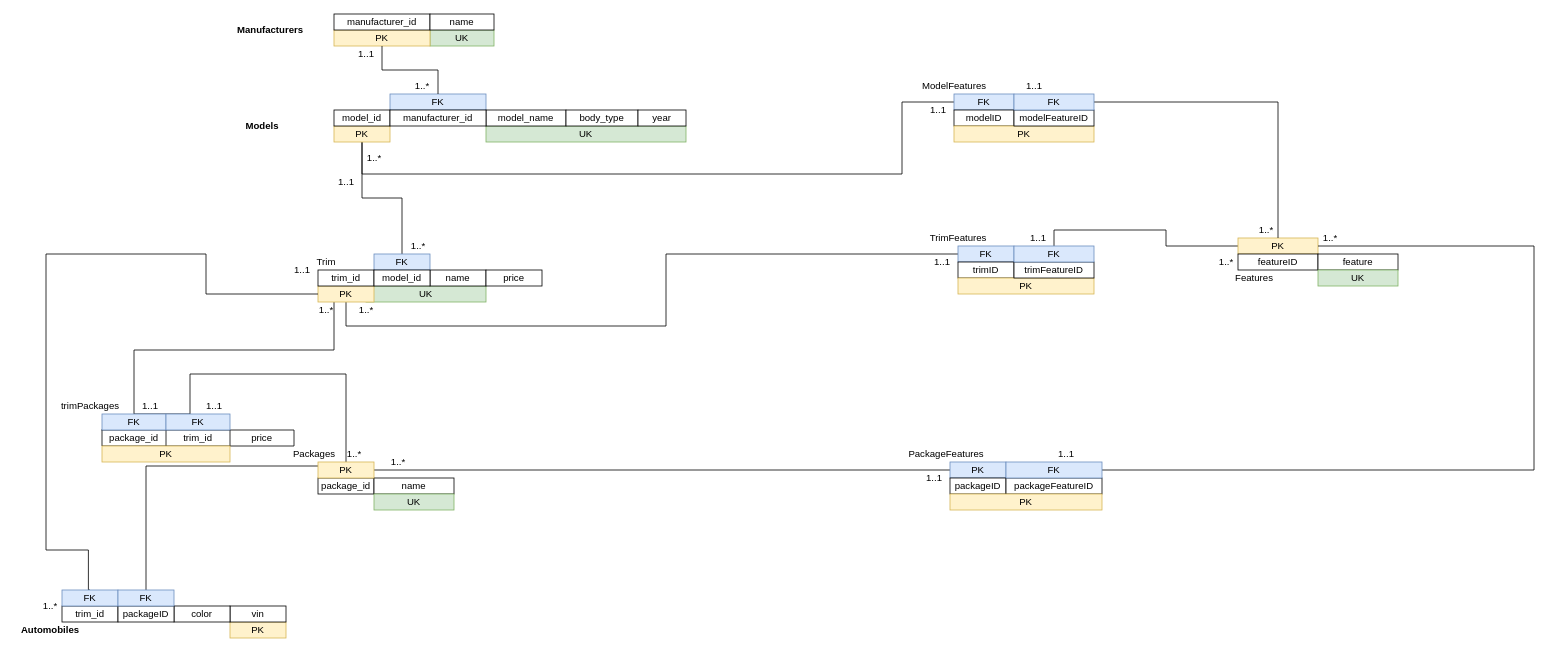
Above: page "Scheme" (2 of 2) of Project 2.drawio in AnthraciteData/CECS-323- (draw.io), before the change. Source tidied: cells renumbered, new cells numbered last; positions are measured from the earlier drawing's top-left corner, leaving out a move shared by most shapes. Both pictures are drawn from the tidied source at 80%, with x=0, y=0 at pixel (14, 14).
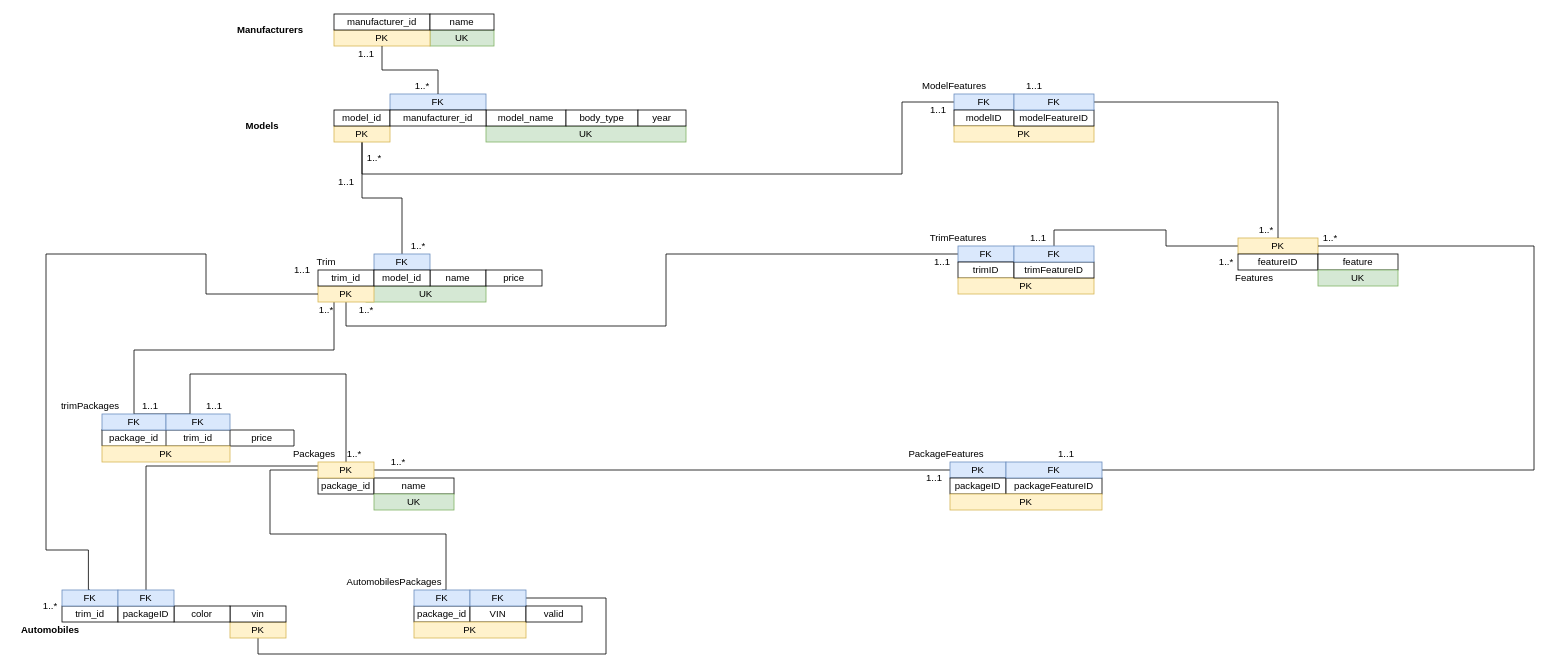
Above is the later version.

The change refers to these unchanged cells:
```xml
<mxCell id="3" value="PK" style="whiteSpace=wrap;html=1;fillColor=#fff2cc;strokeColor=#d6b656;" parent="1" vertex="1">
  <mxGeometry x="270" y="760" width="70" height="20" as="geometry" />
</mxCell>
<mxCell id="43" value="PK" style="whiteSpace=wrap;html=1;fillColor=#fff2cc;strokeColor=#d6b656;" parent="1" vertex="1">
  <mxGeometry x="380" y="560" width="70" height="20" as="geometry" />
</mxCell>
```

Diff of the diagram source:
```diff
@@
+    <mxCell id="103" style="edgeStyle=orthogonalEdgeStyle;rounded=0;jettySize=auto;html=1;entryX=1;entryY=0.5;entryDx=0;entryDy=0;endArrow=none;endFill=0;" parent="1" edge="1" source="3" target="109">
+      <mxGeometry relative="1" as="geometry">
+        <Array as="points">
+          <mxPoint x="305" y="800" />
+          <mxPoint x="740" y="800" />
+          <mxPoint x="740" y="730" />
+        </Array>
+      </mxGeometry>
+    </mxCell>
@@
+    <mxCell id="104" style="edgeStyle=orthogonalEdgeStyle;rounded=0;jettySize=auto;html=1;entryX=0.5;entryY=0;entryDx=0;entryDy=0;endArrow=none;endFill=0;" parent="1" edge="1" source="43" target="108">
+      <mxGeometry relative="1" as="geometry">
+        <Array as="points">
+          <mxPoint x="320" y="570" />
+          <mxPoint x="320" y="650" />
+          <mxPoint x="540" y="650" />
+          <mxPoint x="540" y="720" />
+        </Array>
+      </mxGeometry>
+    </mxCell>
@@
+    <mxCell id="105" value="AutomobilesPackages" style="text;html=1;align=center;verticalAlign=middle;strokeColor=none;fillColor=none;" parent="1" vertex="1">
+      <mxGeometry x="410" y="700" width="130" height="20" as="geometry" />
+    </mxCell>
+    <mxCell id="106" value="package_id" style="whiteSpace=wrap;html=1;" parent="1" vertex="1">
+      <mxGeometry x="500" y="740" width="70" height="20" as="geometry" />
+    </mxCell>
+    <mxCell id="107" value="VIN" style="whiteSpace=wrap;html=1;" parent="1" vertex="1">
+      <mxGeometry x="570" y="740" width="70" height="20" as="geometry" />
+    </mxCell>
+    <mxCell id="108" value="FK" style="whiteSpace=wrap;html=1;fillColor=#dae8fc;strokeColor=#6c8ebf;" parent="1" vertex="1">
+      <mxGeometry x="500" y="720" width="70" height="20" as="geometry" />
+    </mxCell>
+    <mxCell id="109" value="FK" style="whiteSpace=wrap;html=1;fillColor=#dae8fc;strokeColor=#6c8ebf;" parent="1" vertex="1">
+      <mxGeometry x="570" y="720" width="70" height="20" as="geometry" />
+    </mxCell>
+    <mxCell id="110" value="PK" style="whiteSpace=wrap;html=1;fillColor=#fff2cc;strokeColor=#d6b656;" parent="1" vertex="1">
+      <mxGeometry x="500" y="760" width="140" height="20" as="geometry" />
+    </mxCell>
+    <mxCell id="111" value="valid" style="whiteSpace=wrap;html=1;" parent="1" vertex="1">
+      <mxGeometry x="640" y="740" width="70" height="20" as="geometry" />
+    </mxCell>
```
